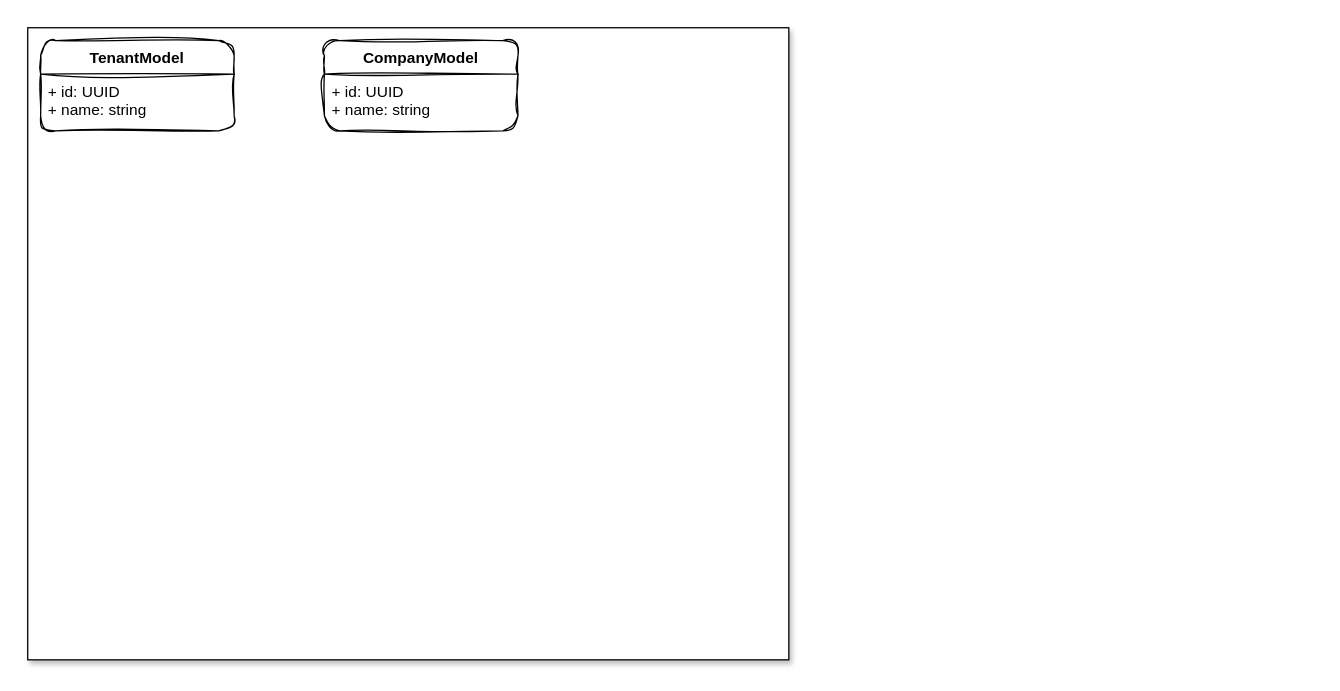
Above: page "Multitenant" (4 of 4) of GBS/GBS_Booking_flow.drawio in maxCheptea/Diagrams (draw.io), before the change. Source tidied: cells renumbered, new cells numbered last; positions are measured from the earlier drawing's top-left corner, leaving out a move shared by most shapes. Both pictures are drawn from the tidied source at 129%, with x=0, y=0 at pixel (27, 27).
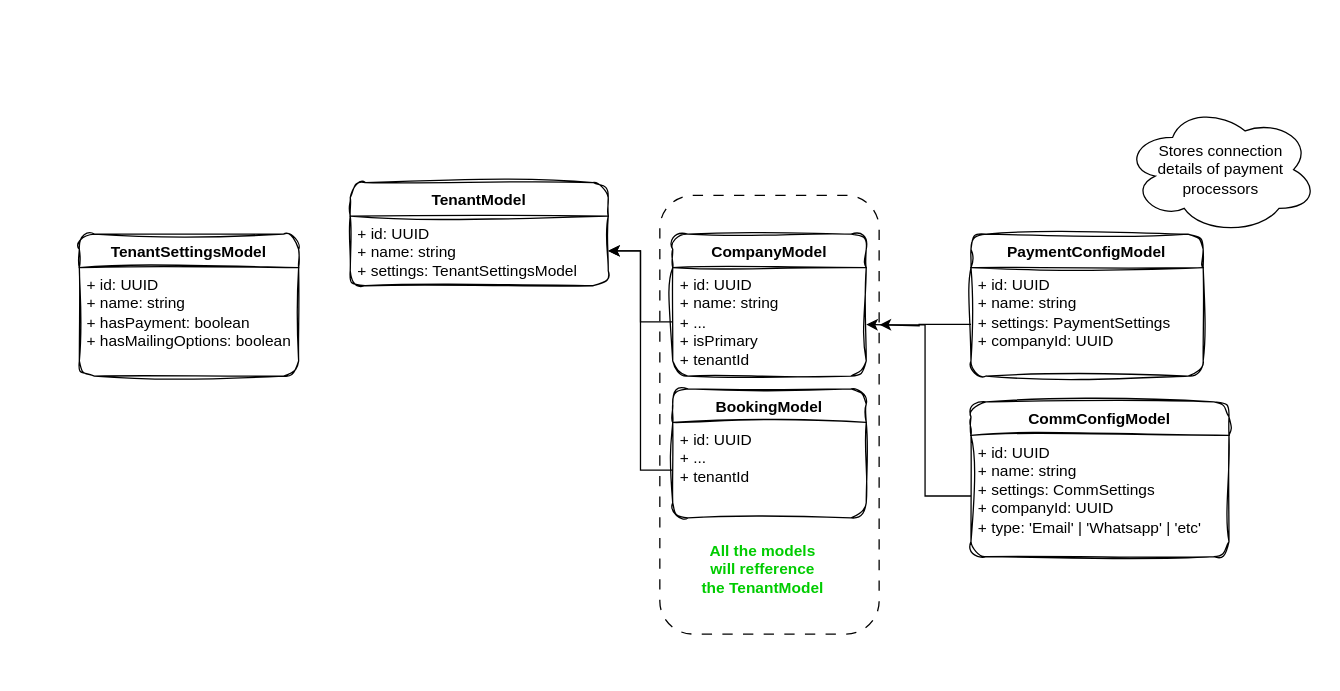
Above is the later version.

The edit, as a diff of the source:
```diff
@@
-    <mxCell id="2" style="rounded=0;whiteSpace=wrap;html=1;glass=0;shadow=1;labelBackgroundColor=none;" parent="1" vertex="1">
-      <mxGeometry width="590" height="490" as="geometry" />
-    </mxCell>
     <mxCell id="3" value="TenantModel" style="swimlane;fontStyle=1;align=center;verticalAlign=top;horizontal=1;startSize=26;whiteSpace=wrap;html=1;rounded=1;sketch=1;curveFitting=1;jiggle=2;labelBackgroundColor=none;" parent="1" vertex="1">
-      <mxGeometry x="10" y="10" width="150" height="70" as="geometry" />
+      <mxGeometry x="250" y="120" width="200" height="80" as="geometry" />
     </mxCell>
-    <mxCell id="4" value="+ id: UUID&lt;div&gt;+ name: string&lt;/div&gt;" style="text;strokeColor=none;fillColor=none;align=left;verticalAlign=top;spacingLeft=4;spacingRight=4;overflow=hidden;points=[[0,0.5],[1,0.5]];portConstraint=eastwest;whiteSpace=wrap;html=1;labelBackgroundColor=none;" parent="3" vertex="1">
-      <mxGeometry y="26" width="150" height="44" as="geometry" />
+    <mxCell id="4" value="+ id: UUID&lt;div&gt;+ name: string&lt;/div&gt;&lt;div&gt;+ settings: TenantSettingsModel&lt;/div&gt;" style="text;strokeColor=none;fillColor=none;align=left;verticalAlign=top;spacingLeft=4;spacingRight=4;overflow=hidden;points=[[0,0.5],[1,0.5]];portConstraint=eastwest;whiteSpace=wrap;html=1;labelBackgroundColor=none;" parent="3" vertex="1">
+      <mxGeometry y="26" width="200" height="54" as="geometry" />
     </mxCell>
     <mxCell id="5" value="CompanyModel" style="swimlane;fontStyle=1;align=center;verticalAlign=top;horizontal=1;startSize=26;whiteSpace=wrap;html=1;rounded=1;sketch=1;curveFitting=1;jiggle=2;labelBackgroundColor=none;" parent="1" vertex="1">
-      <mxGeometry x="230" y="10" width="150" height="70" as="geometry" />
+      <mxGeometry x="500" y="160" width="150" height="110" as="geometry" />
     </mxCell>
-    <mxCell id="6" value="+ id: UUID&lt;div&gt;+ name: string&lt;/div&gt;" style="text;strokeColor=none;fillColor=none;align=left;verticalAlign=top;spacingLeft=4;spacingRight=4;overflow=hidden;points=[[0,0.5],[1,0.5]];portConstraint=eastwest;whiteSpace=wrap;html=1;labelBackgroundColor=none;" parent="5" vertex="1">
-      <mxGeometry y="26" width="150" height="44" as="geometry" />
+    <mxCell id="6" value="+ id: UUID&lt;div&gt;+ name: string&lt;/div&gt;&lt;div&gt;+ ...&lt;/div&gt;&lt;div&gt;+ isPrimary&lt;/div&gt;&lt;div&gt;+ tenantId&lt;/div&gt;" style="text;strokeColor=none;fillColor=none;align=left;verticalAlign=top;spacingLeft=4;spacingRight=4;overflow=hidden;points=[[0,0.5],[1,0.5]];portConstraint=eastwest;whiteSpace=wrap;html=1;labelBackgroundColor=none;" parent="5" vertex="1">
+      <mxGeometry y="26" width="150" height="84" as="geometry" />
     </mxCell>
+    <mxCell id="7" value="BookingModel" style="swimlane;fontStyle=1;align=center;verticalAlign=top;horizontal=1;startSize=26;whiteSpace=wrap;html=1;rounded=1;sketch=1;curveFitting=1;jiggle=2;labelBackgroundColor=none;" parent="1" vertex="1">
+      <mxGeometry x="500" y="280" width="150" height="100" as="geometry" />
+    </mxCell>
+    <mxCell id="8" value="+ id: UUID&lt;div&gt;+ ...&lt;/div&gt;&lt;div&gt;+ tenantId&lt;/div&gt;" style="text;strokeColor=none;fillColor=none;align=left;verticalAlign=top;spacingLeft=4;spacingRight=4;overflow=hidden;points=[[0,0.5],[1,0.5]];portConstraint=eastwest;whiteSpace=wrap;html=1;labelBackgroundColor=none;" parent="7" vertex="1">
+      <mxGeometry y="26" width="150" height="74" as="geometry" />
+    </mxCell>
+    <mxCell id="9" style="edgeStyle=orthogonalEdgeStyle;rounded=0;jettySize=auto;html=1;" parent="1" edge="1" source="6" target="4">
+      <mxGeometry relative="1" as="geometry" />
+    </mxCell>
+    <mxCell id="10" style="edgeStyle=orthogonalEdgeStyle;rounded=0;jettySize=auto;html=1;entryX=1;entryY=0.5;entryDx=0;entryDy=0;" parent="1" edge="1" source="8" target="4">
+      <mxGeometry relative="1" as="geometry" />
+    </mxCell>
+    <mxCell id="11" style="rounded=1;whiteSpace=wrap;html=1;dashed=1;dashPattern=8 8;fillColor=none;" parent="1" vertex="1">
+      <mxGeometry x="490" y="130" width="170" height="340" as="geometry" />
+    </mxCell>
+    <mxCell id="12" value="All the models will refference the TenantModel" style="text;html=1;align=center;verticalAlign=middle;whiteSpace=wrap;rounded=0;fontColor=#00CC00;fontStyle=1;" parent="1" vertex="1">
+      <mxGeometry x="520" y="400" width="100" height="40" as="geometry" />
+    </mxCell>
+    <mxCell id="13" style="edgeStyle=orthogonalEdgeStyle;rounded=0;orthogonalLoop=1;jettySize=auto;html=1;exitX=0.5;exitY=1;exitDx=0;exitDy=0;" parent="1" edge="1" source="11" target="11">
+      <mxGeometry relative="1" as="geometry" />
+    </mxCell>
+    <mxCell id="14" value="TenantSettingsModel" style="swimlane;fontStyle=1;align=center;verticalAlign=top;horizontal=1;startSize=26;whiteSpace=wrap;html=1;rounded=1;sketch=1;curveFitting=1;jiggle=2;labelBackgroundColor=none;" parent="1" vertex="1">
+      <mxGeometry x="40" y="160" width="170" height="110" as="geometry" />
+    </mxCell>
+    <mxCell id="15" value="+ id: UUID&lt;div&gt;+ name: string&lt;/div&gt;&lt;div&gt;+ hasPayment: boolean&lt;/div&gt;&lt;div&gt;+ hasMailingOptions: boolean&lt;/div&gt;" style="text;strokeColor=none;fillColor=none;align=left;verticalAlign=top;spacingLeft=4;spacingRight=4;overflow=hidden;whiteSpace=wrap;html=1;labelBackgroundColor=none;" parent="14" vertex="1">
+      <mxGeometry y="26" width="170" height="84" as="geometry" />
+    </mxCell>
+    <mxCell id="16" value="PaymentConfigModel" style="swimlane;fontStyle=1;align=center;verticalAlign=top;horizontal=1;startSize=26;whiteSpace=wrap;html=1;rounded=1;sketch=1;curveFitting=1;jiggle=2;labelBackgroundColor=none;" parent="1" vertex="1">
+      <mxGeometry x="731.2" y="160" width="180" height="110" as="geometry" />
+    </mxCell>
+    <mxCell id="17" value="+ id: UUID&lt;div&gt;+ name: string&lt;/div&gt;&lt;div&gt;+ settings: PaymentSettings&lt;/div&gt;&lt;div&gt;+ companyId: UUID&lt;/div&gt;" style="text;strokeColor=none;fillColor=none;align=left;verticalAlign=top;spacingLeft=4;spacingRight=4;overflow=hidden;points=[[0,0.5],[1,0.5]];portConstraint=eastwest;whiteSpace=wrap;html=1;labelBackgroundColor=none;" parent="16" vertex="1">
+      <mxGeometry y="26" width="180" height="84" as="geometry" />
+    </mxCell>
+    <mxCell id="18" style="edgeStyle=orthogonalEdgeStyle;rounded=0;jettySize=auto;html=1;entryX=0.993;entryY=0.294;entryDx=0;entryDy=0;entryPerimeter=0;" parent="1" edge="1" source="17">
+      <mxGeometry relative="1" as="geometry">
+        <mxPoint x="650" y="230" as="targetPoint" />
+        <Array as="points">
+          <mxPoint x="691" y="230" />
+          <mxPoint x="650" y="231" />
+        </Array>
+      </mxGeometry>
+    </mxCell>
+    <mxCell id="19" value="Stores connection&lt;div&gt;details of payment processors&lt;/div&gt;" style="ellipse;shape=cloud;whiteSpace=wrap;html=1;" parent="1" vertex="1">
+      <mxGeometry x="850" y="60" width="150" height="100" as="geometry" />
+    </mxCell>
+    <mxCell id="20" value="CommConfigModel" style="swimlane;fontStyle=1;align=center;verticalAlign=top;horizontal=1;startSize=26;whiteSpace=wrap;html=1;rounded=1;sketch=1;curveFitting=1;jiggle=2;labelBackgroundColor=none;" parent="1" vertex="1">
+      <mxGeometry x="731.2" y="290" width="200" height="120" as="geometry" />
+    </mxCell>
+    <mxCell id="21" value="+ id: UUID&lt;div&gt;+ name: string&lt;/div&gt;&lt;div&gt;+ settings: CommSettings&lt;/div&gt;&lt;div&gt;+ companyId: UUID&lt;/div&gt;&lt;div&gt;+ type: 'Email' | 'Whatsapp' | 'etc'&amp;nbsp;&lt;/div&gt;" style="text;strokeColor=none;fillColor=none;align=left;verticalAlign=top;spacingLeft=4;spacingRight=4;overflow=hidden;points=[[0,0.5],[1,0.5]];portConstraint=eastwest;whiteSpace=wrap;html=1;labelBackgroundColor=none;" parent="20" vertex="1">
+      <mxGeometry y="26" width="200" height="94" as="geometry" />
+    </mxCell>
+    <mxCell id="22" style="edgeStyle=orthogonalEdgeStyle;rounded=0;jettySize=auto;html=1;entryX=1.002;entryY=0.295;entryDx=0;entryDy=0;entryPerimeter=0;" parent="1" edge="1" source="21" target="11">
+      <mxGeometry relative="1" as="geometry" />
+    </mxCell>
```
